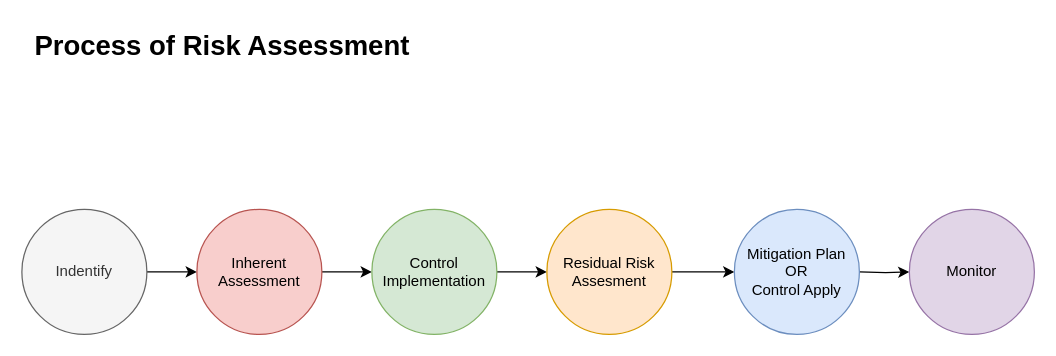
Before: page "Steppers" (1 of 4) of screens.drawio in iRM-Somnath/GRC, a draw.io diagram. Source tidied: cells renumbered, new cells numbered last; positions are measured from the earlier drawing's top-left corner, leaving out a move shared by most shapes. Both pictures are drawn from the tidied source at 125%, with x=0, y=0 at pixel (21, 21).
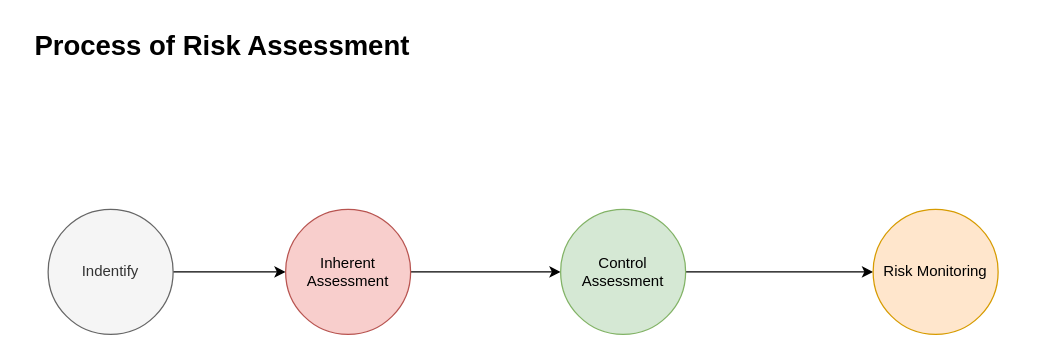
The same page after the edit.

Commit message (it also covers changes not shown here):
Inherent Risk Assesment Stage

The edit, as a diff of the source:
```diff
@@
 <mxGraphModel>
   <root>
     <mxCell id="0" />
     <mxCell id="1" parent="0" />
     <mxCell id="2" style="edgeStyle=orthogonalEdgeStyle;rounded=0;jettySize=auto;html=1;" parent="1" edge="1" source="3" target="5">
       <mxGeometry relative="1" as="geometry" />
     </mxCell>
     <mxCell id="3" value="Indentify" style="ellipse;whiteSpace=wrap;html=1;fillColor=#f5f5f5;fontColor=#333333;strokeColor=#666666;" parent="1" vertex="1">
-      <mxGeometry y="150" width="100" height="100" as="geometry" />
+      <mxGeometry x="21" y="150" width="100" height="100" as="geometry" />
     </mxCell>
     <mxCell id="4" style="edgeStyle=orthogonalEdgeStyle;rounded=0;jettySize=auto;html=1;" parent="1" edge="1" source="5" target="7">
       <mxGeometry relative="1" as="geometry" />
     </mxCell>
     <mxCell id="5" value="Inherent Assessment" style="ellipse;whiteSpace=wrap;html=1;fillColor=#f8cecc;strokeColor=#b85450;" parent="1" vertex="1">
-      <mxGeometry x="140" y="150" width="100" height="100" as="geometry" />
+      <mxGeometry x="211" y="150" width="100" height="100" as="geometry" />
     </mxCell>
     <mxCell id="6" style="edgeStyle=orthogonalEdgeStyle;rounded=0;jettySize=auto;html=1;" parent="1" edge="1" source="7" target="9">
       <mxGeometry relative="1" as="geometry" />
     </mxCell>
-    <mxCell id="7" value="Control Implementation" style="ellipse;whiteSpace=wrap;html=1;fillColor=#d5e8d4;strokeColor=#82b366;" parent="1" vertex="1">
-      <mxGeometry x="280" y="150" width="100" height="100" as="geometry" />
+    <mxCell id="7" value="Control Assessment" style="ellipse;whiteSpace=wrap;html=1;fillColor=#d5e8d4;strokeColor=#82b366;" parent="1" vertex="1">
+      <mxGeometry x="431" y="150" width="100" height="100" as="geometry" />
     </mxCell>
-    <mxCell id="8" style="edgeStyle=orthogonalEdgeStyle;rounded=0;jettySize=auto;html=1;" parent="1" edge="1" source="9">
-      <mxGeometry relative="1" as="geometry">
-        <mxPoint x="570" y="200" as="targetPoint" />
-      </mxGeometry>
-    </mxCell>
-    <mxCell id="9" value="Residual Risk&lt;br&gt;Assesment" style="ellipse;whiteSpace=wrap;html=1;fillColor=#ffe6cc;strokeColor=#d79b00;" parent="1" vertex="1">
-      <mxGeometry x="420" y="150" width="100" height="100" as="geometry" />
+    <mxCell id="9" value="Risk Monitoring" style="ellipse;whiteSpace=wrap;html=1;fillColor=#ffe6cc;strokeColor=#d79b00;" parent="1" vertex="1">
+      <mxGeometry x="681" y="150" width="100" height="100" as="geometry" />
     </mxCell>
-    <mxCell id="10" style="edgeStyle=orthogonalEdgeStyle;rounded=0;jettySize=auto;html=1;" parent="1" edge="1" target="11">
-      <mxGeometry relative="1" as="geometry">
-        <mxPoint x="670" y="200" as="sourcePoint" />
-      </mxGeometry>
-    </mxCell>
-    <mxCell id="11" value="Monitor" style="ellipse;whiteSpace=wrap;html=1;fillColor=#e1d5e7;strokeColor=#9673a6;" parent="1" vertex="1">
-      <mxGeometry x="710" y="150" width="100" height="100" as="geometry" />
-    </mxCell>
     <mxCell id="12" value="&lt;font style=&quot;font-size: 22px;&quot;&gt;&lt;b&gt;Process of Risk Assessment&lt;/b&gt;&lt;/font&gt;" style="text;html=1;align=center;verticalAlign=middle;strokeColor=none;fillColor=none;" parent="1" vertex="1">
       <mxGeometry width="320" height="40" as="geometry" />
     </mxCell>
-    <mxCell id="13" value="Mitigation Plan&lt;br&gt;OR&lt;br&gt;Control Apply" style="ellipse;whiteSpace=wrap;html=1;fillColor=#dae8fc;strokeColor=#6c8ebf;" parent="1" vertex="1">
-      <mxGeometry x="570" y="150" width="100" height="100" as="geometry" />
-    </mxCell>
   </root>
 </mxGraphModel>
```
